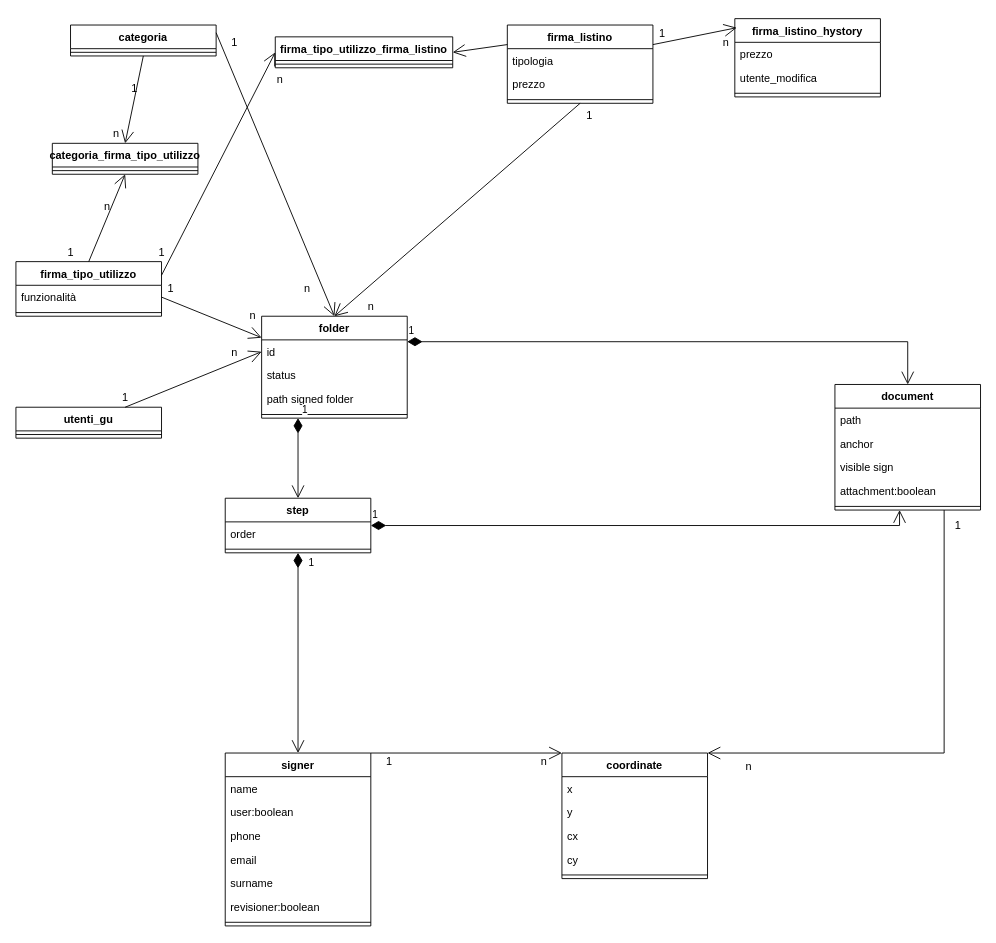
This is page "model-implementation" (2 of 2) of model.drawio from carnivuth/digitalsignIntegrationdoc, a draw.io file, before an edit. Source tidied: cells renumbered, new cells numbered last; positions are measured from the earlier drawing's top-left corner, leaving out a move shared by most shapes. Both pictures are drawn from the tidied source at 91%, with x=0, y=0 at pixel (15, 18).
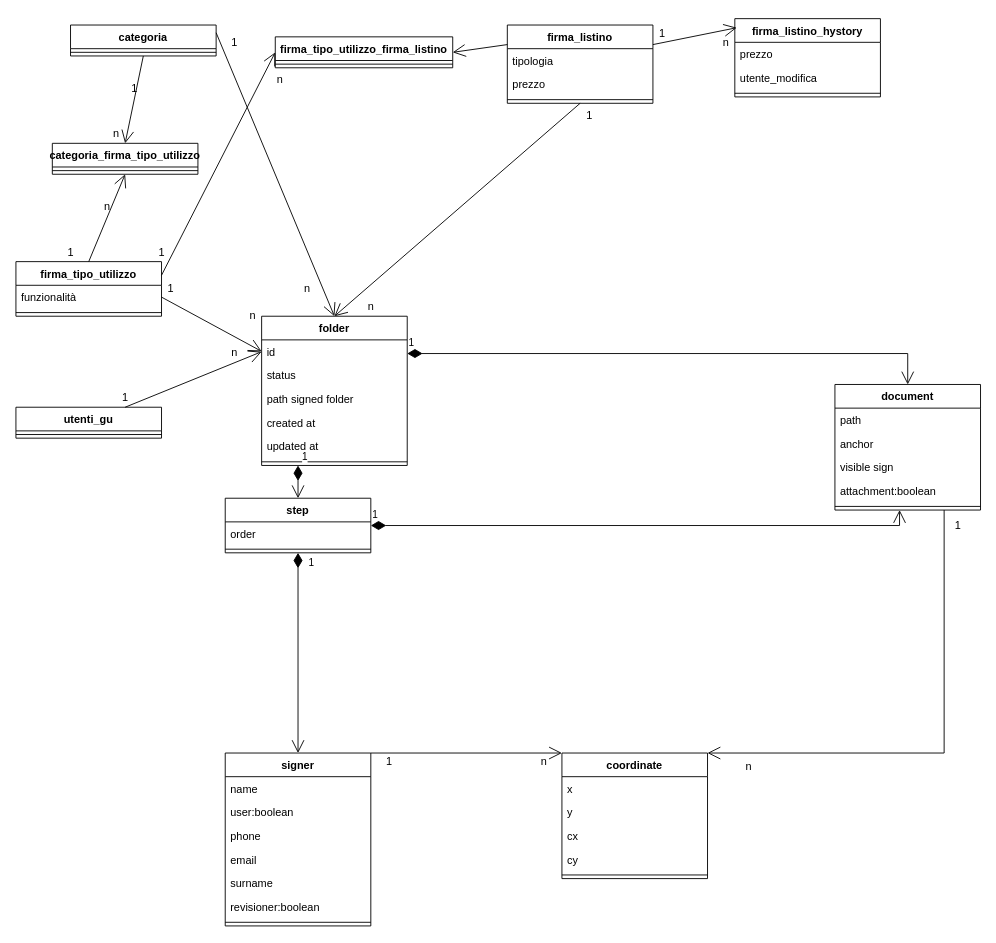
Above is the later version.

Diff of the diagram source:
```diff
@@
     <mxCell id="2" value="folder" style="swimlane;fontStyle=1;align=center;verticalAlign=top;horizontal=1;startSize=26;" parent="1" vertex="1">
-      <mxGeometry x="270" y="327" width="160" height="112" as="geometry" />
+      <mxGeometry x="270" y="327" width="160" height="164" as="geometry" />
     </mxCell>
@@
+    <mxCell id="84" value="created at" style="text;strokeColor=none;fillColor=none;align=left;verticalAlign=top;spacingLeft=4;spacingRight=4;overflow=hidden;" parent="2" vertex="1">
+      <mxGeometry y="104" width="160" height="26" as="geometry" />
+    </mxCell>
+    <mxCell id="85" value="updated at" style="text;strokeColor=none;fillColor=none;align=left;verticalAlign=top;spacingLeft=4;spacingRight=4;overflow=hidden;" parent="2" vertex="1">
+      <mxGeometry y="130" width="160" height="26" as="geometry" />
+    </mxCell>
     <mxCell id="6" style="line;strokeWidth=1;fillColor=none;align=left;verticalAlign=middle;spacingTop=-1;spacingLeft=3;spacingRight=3;labelPosition=right;strokeColor=inherit;" parent="2" vertex="1">
-      <mxGeometry y="104" width="160" height="8" as="geometry" />
+      <mxGeometry y="156" width="160" height="8" as="geometry" />
     </mxCell>
```
